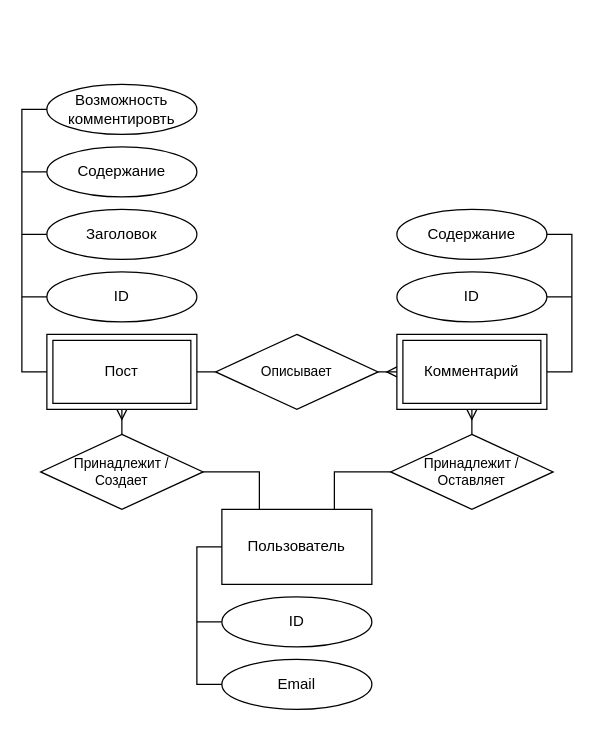
muji40k/ozontestcomms keeps this draw.io diagram as page "er" (1 of 2) of shared/diagrams.drawio. Above is the earlier version. Source tidied: cells renumbered, new cells numbered last; positions are measured from the earlier drawing's top-left corner, leaving out a move shared by most shapes. Both pictures are drawn from the tidied source at 125%, with x=0, y=0 at pixel (21, 84).
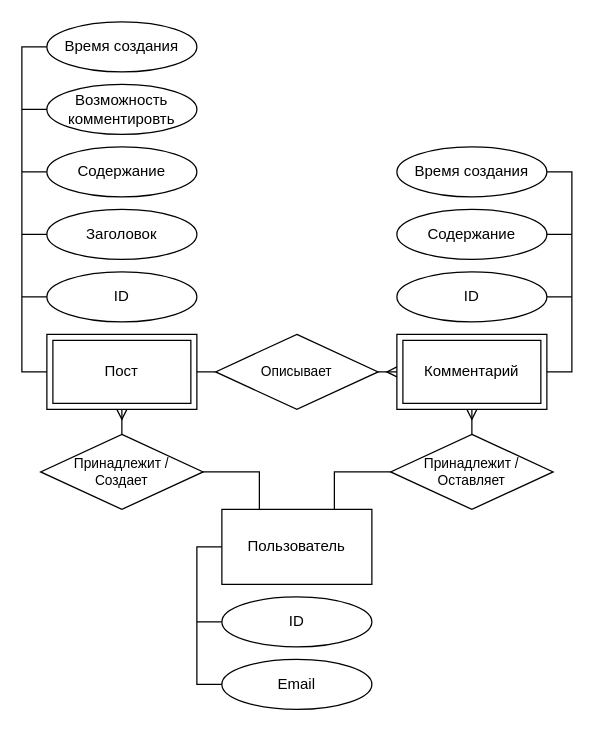
Above is the later version.

The change refers to these unchanged cells:
```xml
<mxCell id="17" value="Содержание" style="ellipse;whiteSpace=wrap;html=1;labelBackgroundColor=none;fillColor=none;" parent="1" vertex="1">
  <mxGeometry x="300" y="100" width="120" height="40" as="geometry" />
</mxCell>
<mxCell id="21" value="Возможность комментировть" style="ellipse;whiteSpace=wrap;html=1;labelBackgroundColor=none;fillColor=none;" parent="1" vertex="1">
  <mxGeometry x="20" width="120" height="40" as="geometry" />
</mxCell>
<mxCell id="24" value="&lt;span style=&quot;font-size: 12px;&quot;&gt;Комментарий&lt;/span&gt;" style="verticalLabelPosition=middle;verticalAlign=middle;html=1;shape=mxgraph.basic.frame;dx=4.82;whiteSpace=wrap;fontFamily=Helvetica;fontSize=11;fontColor=default;labelBackgroundColor=none;align=center;labelPosition=center;fillColor=none;" parent="1" vertex="1">
  <mxGeometry x="300" y="200" width="120" height="60" as="geometry" />
</mxCell>
<mxCell id="25" value="&lt;span style=&quot;font-size: 12px;&quot;&gt;Пост&lt;/span&gt;" style="verticalLabelPosition=middle;verticalAlign=middle;html=1;shape=mxgraph.basic.frame;dx=4.82;whiteSpace=wrap;fontFamily=Helvetica;fontSize=11;fontColor=default;labelBackgroundColor=none;align=center;labelPosition=center;fillColor=none;" parent="1" vertex="1">
  <mxGeometry x="20" y="200" width="120" height="60" as="geometry" />
</mxCell>
```

What changed in the source:
```diff
@@
-    <mxCell id="2" style="edgeStyle=orthogonalEdgeStyle;rounded=0;jettySize=auto;html=1;exitX=0;exitY=0.5;exitDx=0;exitDy=0;entryX=0;entryY=0.5;entryDx=0;entryDy=0;endArrow=none;startFill=0;exitPerimeter=0;labelBackgroundColor=none;" parent="1" edge="1" source="25" target="21">
+    <mxCell id="2" style="edgeStyle=orthogonalEdgeStyle;rounded=0;jettySize=auto;html=1;exitX=0;exitY=0.5;exitDx=0;exitDy=0;entryX=0;entryY=0.5;entryDx=0;entryDy=0;endArrow=none;startFill=0;exitPerimeter=0;labelBackgroundColor=none;" parent="1" edge="1" source="25" target="32">
       <mxGeometry relative="1" as="geometry" />
     </mxCell>
@@
-    <mxCell id="14" style="edgeStyle=orthogonalEdgeStyle;shape=connector;rounded=0;jettySize=auto;html=1;exitX=1;exitY=0.5;exitDx=0;exitDy=0;entryX=1;entryY=0.5;entryDx=0;entryDy=0;strokeColor=default;align=center;verticalAlign=middle;fontFamily=Helvetica;fontSize=11;fontColor=default;labelBackgroundColor=none;startFill=0;endArrow=none;entryPerimeter=0;" parent="1" edge="1" source="17" target="24">
+    <mxCell id="14" style="edgeStyle=orthogonalEdgeStyle;shape=connector;rounded=0;jettySize=auto;html=1;exitX=1;exitY=0.5;exitDx=0;exitDy=0;entryX=1;entryY=0.5;entryDx=0;entryDy=0;strokeColor=default;align=center;verticalAlign=middle;fontFamily=Helvetica;fontSize=11;fontColor=default;labelBackgroundColor=none;startFill=0;endArrow=none;entryPerimeter=0;" parent="1" edge="1" source="33" target="24">
       <mxGeometry relative="1" as="geometry" />
     </mxCell>
@@
+    <mxCell id="30" style="edgeStyle=orthogonalEdgeStyle;shape=connector;rounded=0;jettySize=auto;html=1;exitX=1;exitY=0.5;exitDx=0;exitDy=0;strokeColor=default;align=center;verticalAlign=middle;fontFamily=Helvetica;fontSize=11;fontColor=default;labelBackgroundColor=default;startFill=0;endArrow=none;" parent="1" edge="1" source="17">
+      <mxGeometry relative="1" as="geometry">
+        <mxPoint x="440" y="120" as="targetPoint" />
+      </mxGeometry>
+    </mxCell>
@@
+    <mxCell id="31" style="edgeStyle=orthogonalEdgeStyle;shape=connector;rounded=0;jettySize=auto;html=1;exitX=0;exitY=0.5;exitDx=0;exitDy=0;strokeColor=default;align=center;verticalAlign=middle;fontFamily=Helvetica;fontSize=11;fontColor=default;labelBackgroundColor=default;startFill=0;endArrow=none;" parent="1" edge="1" source="21">
+      <mxGeometry relative="1" as="geometry">
+        <mxPoint y="20" as="targetPoint" />
+      </mxGeometry>
+    </mxCell>
@@
+    <mxCell id="32" value="Время создания" style="ellipse;whiteSpace=wrap;html=1;labelBackgroundColor=none;fillColor=none;" parent="1" vertex="1">
+      <mxGeometry x="20" y="-50" width="120" height="40" as="geometry" />
+    </mxCell>
+    <mxCell id="33" value="Время создания" style="ellipse;whiteSpace=wrap;html=1;labelBackgroundColor=none;fillColor=none;" parent="1" vertex="1">
+      <mxGeometry x="300" y="50" width="120" height="40" as="geometry" />
+    </mxCell>
```
